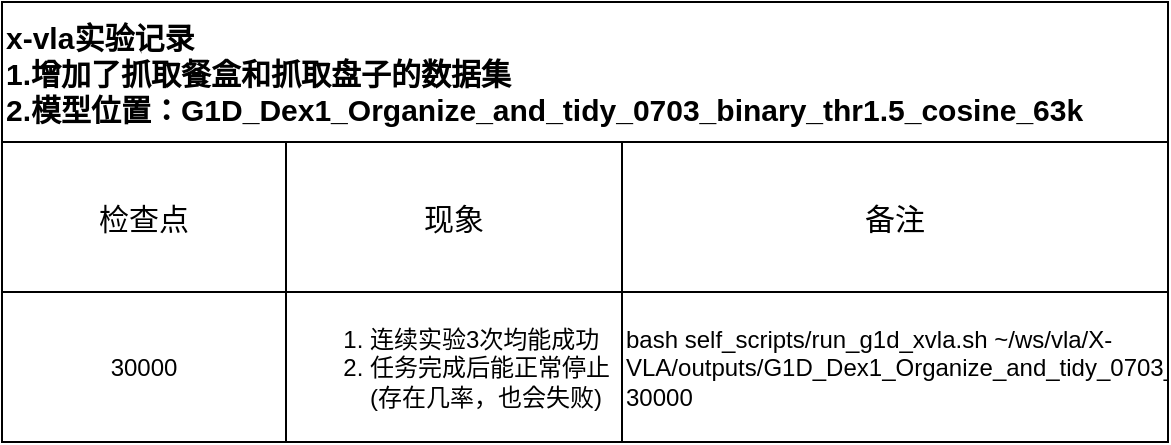
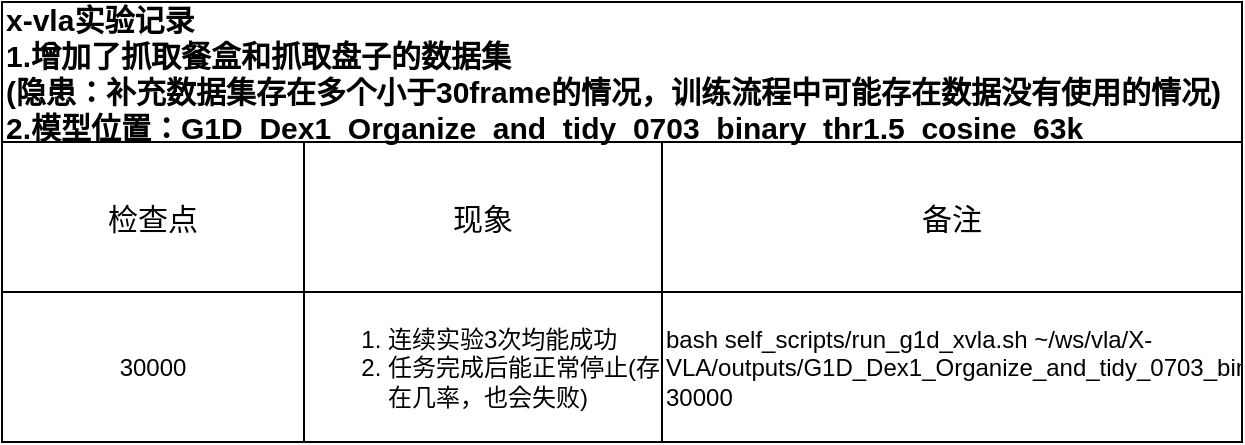
<mxfile host="app.diagrams.net">
  <diagram name="第 1 页" id="bbv3KnApaKkcxtFHJsaO">
    <mxGraphModel dx="1344" dy="764" grid="1" gridSize="10" guides="1" tooltips="1" connect="1" arrows="1" fold="1" page="1" pageScale="1" pageWidth="827" pageHeight="1169" math="0" shadow="0">
      <root>
        <mxCell id="0" />
        <mxCell id="1" parent="0" />
-         <mxCell id="XuZmM4o7l536D6S7MHI1-1" parent="1" style="shape=table;startSize=70;container=1;collapsible=0;childLayout=tableLayout;fixedHeader=1;fontSize=15;fontStyle=1;align=left;" value="x-vla实验记录&#xa;1.增加了抓取餐盒和抓取盘子的数据集&#xa;2.模型位置：G1D_Dex1_Organize_and_tidy_0703_binary_thr1.5_cosine_63k" vertex="1">
-           <mxGeometry height="220" width="583" x="60" y="150" as="geometry" />
+         <mxCell id="XuZmM4o7l536D6S7MHI1-1" parent="1" style="shape=table;startSize=70;container=1;collapsible=0;childLayout=tableLayout;fixedHeader=1;fontSize=15;fontStyle=1;align=left;fontColor=#000000;" value="x-vla实验记录&#xa;1.增加了抓取餐盒和抓取盘子的数据集&#xa;(隐患：补充数据集存在多个小于30frame的情况，训练流程中可能存在数据没有使用的情况)&#xa;2.模型位置：G1D_Dex1_Organize_and_tidy_0703_binary_thr1.5_cosine_63k" vertex="1">
+           <mxGeometry height="220" width="620" x="60" y="150" as="geometry" />
        </mxCell>
        <mxCell id="XuZmM4o7l536D6S7MHI1-2" parent="XuZmM4o7l536D6S7MHI1-1" style="shape=tableRow;horizontal=0;startSize=0;swimlaneHead=0;swimlaneBody=0;strokeColor=inherit;top=0;left=0;bottom=0;right=0;collapsible=0;dropTarget=0;fillColor=none;points=[[0,0.5],[1,0.5]];portConstraint=eastwest;fixedHeader=1;" value="" vertex="1">
-           <mxGeometry height="75" width="583" y="70" as="geometry" />
+           <mxGeometry height="75" width="620" y="70" as="geometry" />
        </mxCell>
        <mxCell id="XuZmM4o7l536D6S7MHI1-3" parent="XuZmM4o7l536D6S7MHI1-2" style="shape=partialRectangle;html=1;whiteSpace=wrap;connectable=0;strokeColor=inherit;overflow=hidden;fillColor=none;top=0;left=0;bottom=0;right=0;pointerEvents=1;fontSize=15;" value="检查点" vertex="1">
-           <mxGeometry height="75" width="142" as="geometry">
-             <mxRectangle height="75" width="142" as="alternateBounds" />
+           <mxGeometry height="75" width="151" as="geometry">
+             <mxRectangle height="75" width="151" as="alternateBounds" />
          </mxGeometry>
        </mxCell>
        <mxCell id="XuZmM4o7l536D6S7MHI1-5" parent="XuZmM4o7l536D6S7MHI1-2" style="shape=partialRectangle;html=1;whiteSpace=wrap;connectable=0;strokeColor=inherit;overflow=hidden;fillColor=none;top=0;left=0;bottom=0;right=0;pointerEvents=1;fontSize=15;" value="现象" vertex="1">
-           <mxGeometry height="75" width="168" x="142" as="geometry">
-             <mxRectangle height="75" width="168" as="alternateBounds" />
+           <mxGeometry height="75" width="179" x="151" as="geometry">
+             <mxRectangle height="75" width="179" as="alternateBounds" />
          </mxGeometry>
        </mxCell>
        <mxCell id="XuZmM4o7l536D6S7MHI1-6" parent="XuZmM4o7l536D6S7MHI1-2" style="shape=partialRectangle;html=1;whiteSpace=wrap;connectable=0;strokeColor=inherit;overflow=hidden;fillColor=none;top=0;left=0;bottom=0;right=0;pointerEvents=1;fontSize=15;" value="备注" vertex="1">
-           <mxGeometry height="75" width="273" x="310" as="geometry">
-             <mxRectangle height="75" width="273" as="alternateBounds" />
+           <mxGeometry height="75" width="290" x="330" as="geometry">
+             <mxRectangle height="75" width="290" as="alternateBounds" />
          </mxGeometry>
        </mxCell>
        <mxCell id="XuZmM4o7l536D6S7MHI1-7" parent="XuZmM4o7l536D6S7MHI1-1" style="shape=tableRow;horizontal=0;startSize=0;swimlaneHead=0;swimlaneBody=0;strokeColor=inherit;top=0;left=0;bottom=0;right=0;collapsible=0;dropTarget=0;fillColor=none;points=[[0,0.5],[1,0.5]];portConstraint=eastwest;fixedHeader=1;" value="" vertex="1">
-           <mxGeometry height="75" width="583" y="145" as="geometry" />
+           <mxGeometry height="75" width="620" y="145" as="geometry" />
        </mxCell>
        <mxCell id="XuZmM4o7l536D6S7MHI1-8" parent="XuZmM4o7l536D6S7MHI1-7" style="shape=partialRectangle;html=1;whiteSpace=wrap;connectable=0;strokeColor=inherit;overflow=hidden;fillColor=none;top=0;left=0;bottom=0;right=0;pointerEvents=1;" value="30000" vertex="1">
-           <mxGeometry height="75" width="142" as="geometry">
-             <mxRectangle height="75" width="142" as="alternateBounds" />
+           <mxGeometry height="75" width="151" as="geometry">
+             <mxRectangle height="75" width="151" as="alternateBounds" />
          </mxGeometry>
        </mxCell>
        <mxCell id="XuZmM4o7l536D6S7MHI1-10" parent="XuZmM4o7l536D6S7MHI1-7" style="shape=partialRectangle;html=1;whiteSpace=wrap;connectable=0;strokeColor=inherit;overflow=hidden;fillColor=none;top=0;left=0;bottom=0;right=0;pointerEvents=1;align=left;" value="&lt;ol&gt;&lt;li&gt;&lt;span style=&quot;background-color: transparent; color: light-dark(rgb(0, 0, 0), rgb(255, 255, 255));&quot;&gt;连续实验3次均能成功&lt;/span&gt;&lt;/li&gt;&lt;li&gt;&lt;span style=&quot;background-color: transparent; color: light-dark(rgb(0, 0, 0), rgb(255, 255, 255));&quot;&gt;任务完成后能正常停止(存在几率，也会失败)&lt;/span&gt;&lt;/li&gt;&lt;/ol&gt;" vertex="1">
-           <mxGeometry height="75" width="168" x="142" as="geometry">
-             <mxRectangle height="75" width="168" as="alternateBounds" />
+           <mxGeometry height="75" width="179" x="151" as="geometry">
+             <mxRectangle height="75" width="179" as="alternateBounds" />
          </mxGeometry>
        </mxCell>
        <mxCell id="XuZmM4o7l536D6S7MHI1-11" parent="XuZmM4o7l536D6S7MHI1-7" style="shape=partialRectangle;html=1;whiteSpace=wrap;connectable=0;strokeColor=inherit;overflow=hidden;fillColor=none;top=0;left=0;bottom=0;right=0;pointerEvents=1;align=left;" value="bash self_scripts/run_g1d_xvla.sh ~/ws/vla/X-VLA/outputs/G1D_Dex1_Organize_and_tidy_0703_binary_thr1.5_cosine_63k/ckpt-30000" vertex="1">
-           <mxGeometry height="75" width="273" x="310" as="geometry">
-             <mxRectangle height="75" width="273" as="alternateBounds" />
+           <mxGeometry height="75" width="290" x="330" as="geometry">
+             <mxRectangle height="75" width="290" as="alternateBounds" />
          </mxGeometry>
        </mxCell>
      </root>
    </mxGraphModel>
  </diagram>
</mxfile>
